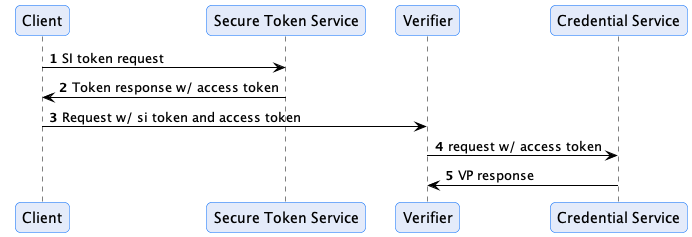
This is specifications/M1/auth.flow.png from eclipse-dataspace-dcp/decentralized-claims-protocol, a PlantUML export, as it was before one commit. Its source is kept beside it as specifications/M1/auth.flow.puml.
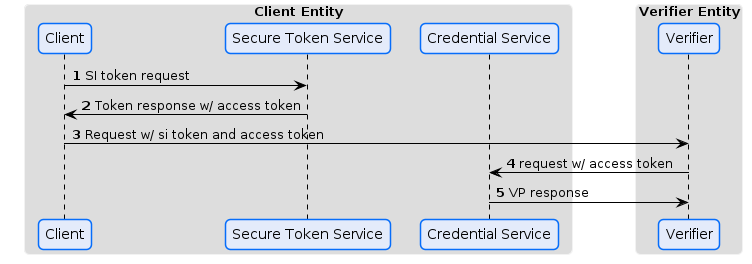
After the commit.

Diff of the diagram source:
```diff
@@ -5,10 +5,15 @@
 
 autonumber
 
+box "Client Entity"
 participant "Client" as C
 participant "Secure Token Service" as STS
+participant "Credential Service" as CS
+end box
+
+box "Verifier Entity"
 participant "Verifier" as V
-participant "Credential Service" as CS
+end box
 
 C -> STS: SI token request
 STS -> C: Token response w/ access token
```
